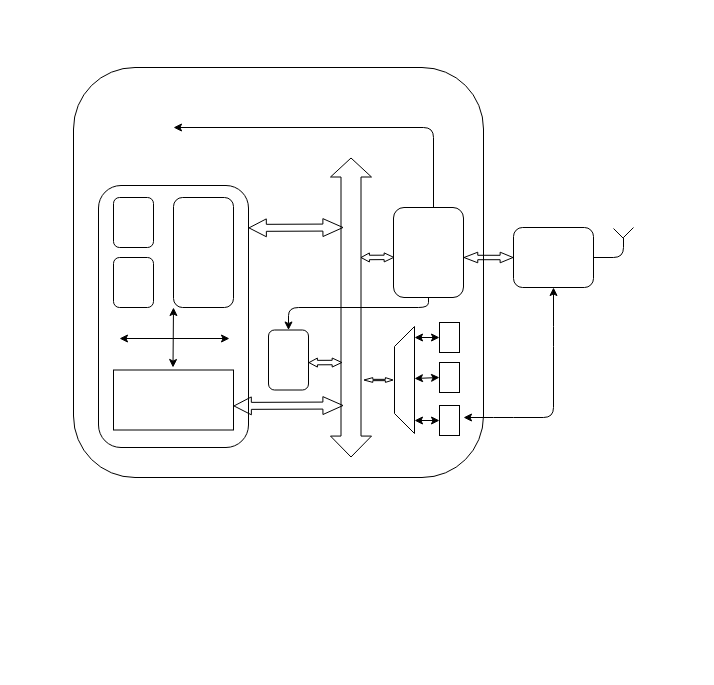
This is Untitled Diagram.drawio from LuliangPro/simulator, a draw.io file, before an edit. Source tidied: cells renumbered, new cells numbered last; positions are measured from the earlier drawing's top-left corner, leaving out a move shared by most shapes. Both pictures are drawn from the tidied source at 100%, with x=0, y=0 at pixel (73, 67).
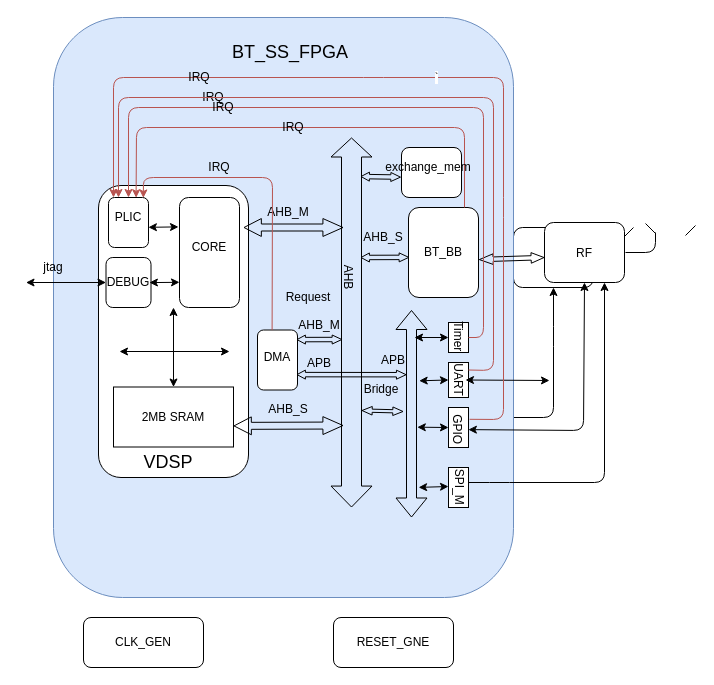
The same diagram, later.

Diff of the diagram source:
```diff
@@
+    <mxCell id="33" style="rounded=1;whiteSpace=wrap;html=1;fillColor=#dae8fc;strokeColor=#6c8ebf;" parent="1" vertex="1">
+      <mxGeometry x="-20" y="-50" width="460" height="580" as="geometry" />
+    </mxCell>
+    <mxCell id="34" style="rounded=1;whiteSpace=wrap;html=1;" parent="1" vertex="1">
+      <mxGeometry x="335" y="140" width="70" height="90" as="geometry" />
+    </mxCell>
+    <mxCell id="35" style="rounded=1;whiteSpace=wrap;html=1;" parent="1" vertex="1">
+      <mxGeometry x="471" y="155" width="80" height="60" as="geometry" />
+    </mxCell>
+    <mxCell id="36" style="rounded=1;whiteSpace=wrap;html=1;" parent="1" vertex="1">
+      <mxGeometry x="25" y="118" width="150" height="292" as="geometry" />
+    </mxCell>
+    <mxCell id="37" style="shape=flexArrow;endArrow=classic;startArrow=classic;html=1;width=20;startSize=6.644186046511628;" parent="1" edge="1">
+      <mxGeometry relative="1" as="geometry">
+        <mxPoint x="278" y="440" as="sourcePoint" />
+        <mxPoint x="278" y="70" as="targetPoint" />
+      </mxGeometry>
+    </mxCell>
+    <mxCell id="38" style="shape=flexArrow;endArrow=classic;startArrow=classic;html=1;entryX=0;entryY=0.5;entryDx=0;entryDy=0;startWidth=5.177244268276204;startSize=4.2523489932885905;endWidth=5.177244268276204;endSize=3.9570469798657717;width=4.429530201342282;exitX=1.005;exitY=0.579;exitDx=0;exitDy=0;exitPerimeter=0;" parent="1" edge="1" source="34">
+      <mxGeometry relative="1" as="geometry">
+        <mxPoint x="471" y="190" as="targetPoint" />
+      </mxGeometry>
+    </mxCell>
+    <mxCell id="39" style="endArrow=classic;startArrow=classic;html=1;entryX=0.75;entryY=1;entryDx=0;entryDy=0;" parent="1" edge="1" target="35">
+      <mxGeometry relative="1" as="geometry">
+        <mxPoint x="386" y="415" as="sourcePoint" />
+        <Array as="points">
+          <mxPoint x="426" y="415" />
+          <mxPoint x="531" y="415" />
+        </Array>
+      </mxGeometry>
+    </mxCell>
+    <mxCell id="40" style="endArrow=classic;startArrow=classic;html=1;entryX=0;entryY=0.5;entryDx=0;entryDy=0;" parent="1" edge="1" target="46">
+      <mxGeometry relative="1" as="geometry">
+        <mxPoint x="341" y="270" as="sourcePoint" />
+      </mxGeometry>
+    </mxCell>
+    <mxCell id="41" style="endArrow=classic;startArrow=classic;html=1;entryX=0;entryY=0.5;entryDx=0;entryDy=0;exitX=0.689;exitY=1.033;exitDx=0;exitDy=0;exitPerimeter=0;" parent="1" edge="1" target="47">
+      <mxGeometry relative="1" as="geometry">
+        <mxPoint x="345.7" y="313.3" as="sourcePoint" />
+      </mxGeometry>
+    </mxCell>
+    <mxCell id="42" style="endArrow=none;html=1;" parent="1" edge="1">
+      <mxGeometry relative="1" as="geometry">
+        <mxPoint x="552" y="185" as="sourcePoint" />
+        <mxPoint x="582" y="165" as="targetPoint" />
+        <Array as="points">
+          <mxPoint x="582" y="185" />
+        </Array>
+      </mxGeometry>
+    </mxCell>
+    <mxCell id="43" style="endArrow=none;html=1;" parent="1" edge="1">
+      <mxGeometry relative="1" as="geometry">
+        <mxPoint x="612" y="168" as="sourcePoint" />
+        <mxPoint x="622" y="158" as="targetPoint" />
+      </mxGeometry>
+    </mxCell>
+    <mxCell id="44" style="endArrow=none;html=1;" parent="1" edge="1">
+      <mxGeometry relative="1" as="geometry">
+        <mxPoint x="582" y="166" as="sourcePoint" />
+        <mxPoint x="572" y="156" as="targetPoint" />
+      </mxGeometry>
+    </mxCell>
+    <mxCell id="45" style="endArrow=classic;startArrow=classic;html=1;entryX=0;entryY=0.5;entryDx=0;entryDy=0;exitX=0.072;exitY=1.003;exitDx=0;exitDy=0;exitPerimeter=0;" parent="1" edge="1">
+      <mxGeometry relative="1" as="geometry">
+        <mxPoint x="345.1" y="419.9" as="sourcePoint" />
+        <mxPoint x="375" y="419" as="targetPoint" />
+        <Array as="points">
+          <mxPoint x="345" y="419" />
+        </Array>
+      </mxGeometry>
+    </mxCell>
+    <mxCell id="46" style="rounded=0;whiteSpace=wrap;html=1;" parent="1" vertex="1">
+      <mxGeometry x="375" y="255" width="20" height="30" as="geometry" />
+    </mxCell>
+    <mxCell id="47" style="rounded=0;whiteSpace=wrap;html=1;" parent="1" vertex="1">
+      <mxGeometry x="375" y="295" width="20" height="35" as="geometry" />
+    </mxCell>
+    <mxCell id="48" style="rounded=0;whiteSpace=wrap;html=1;" parent="1" vertex="1">
+      <mxGeometry x="375" y="400" width="20" height="40" as="geometry" />
+    </mxCell>
+    <mxCell id="49" style="rounded=1;whiteSpace=wrap;html=1;" parent="1" vertex="1">
+      <mxGeometry x="184" y="262.5" width="40" height="60" as="geometry" />
+    </mxCell>
+    <mxCell id="50" style="rounded=0;whiteSpace=wrap;html=1;" parent="1" vertex="1">
+      <mxGeometry x="40" y="319.5" width="120" height="60" as="geometry" />
+    </mxCell>
+    <mxCell id="51" style="shape=flexArrow;endArrow=classic;startArrow=classic;html=1;exitX=1;exitY=0.599;exitDx=0;exitDy=0;exitPerimeter=0;startWidth=9.902912621359222;startSize=5.448543689320387;width=6.990291262135922;endWidth=9.902912621359222;endSize=6.363333333333333;" parent="1" edge="1">
+      <mxGeometry relative="1" as="geometry">
+        <mxPoint x="160" y="358.4" as="sourcePoint" />
+        <mxPoint x="270" y="358" as="targetPoint" />
+      </mxGeometry>
+    </mxCell>
+    <mxCell id="52" style="shape=flexArrow;endArrow=classic;startArrow=classic;html=1;startWidth=3.5782556750298684;startSize=2.466666666666667;width=4.444444444444445;endWidth=3.5782556750298684;endSize=2.8747311827956987;entryX=0.011;entryY=0.554;entryDx=0;entryDy=0;entryPerimeter=0;" parent="1" edge="1" target="34">
+      <mxGeometry relative="1" as="geometry">
+        <mxPoint x="287" y="190" as="sourcePoint" />
+      </mxGeometry>
+    </mxCell>
+    <mxCell id="53" style="shape=flexArrow;endArrow=classic;startArrow=classic;html=1;startWidth=9.902912621359222;startSize=5.448543689320387;width=6.990291262135922;endWidth=9.902912621359222;endSize=6.363333333333333;" parent="1" edge="1">
+      <mxGeometry relative="1" as="geometry">
+        <mxPoint x="170" y="160" as="sourcePoint" />
+        <mxPoint x="270" y="160" as="targetPoint" />
+      </mxGeometry>
+    </mxCell>
+    <mxCell id="54" style="endArrow=classic;html=1;entryX=0.69;entryY=0.005;entryDx=0;entryDy=0;fillColor=#f8cecc;strokeColor=#b85450;entryPerimeter=0;" parent="1" edge="1" target="58">
+      <mxGeometry relative="1" as="geometry">
+        <mxPoint x="391" y="140" as="sourcePoint" />
+        <Array as="points">
+          <mxPoint x="391" y="60" />
+          <mxPoint x="63" y="60" />
+        </Array>
+      </mxGeometry>
+    </mxCell>
+    <mxCell id="55" style="shape=flexArrow;endArrow=classic;startArrow=classic;html=1;startWidth=3.5782556750298684;startSize=2.466666666666667;width=4.444444444444445;endWidth=3.5782556750298684;endSize=2.8747311827956987;entryX=0.011;entryY=0.554;entryDx=0;entryDy=0;entryPerimeter=0;exitX=0.975;exitY=0.544;exitDx=0;exitDy=0;exitPerimeter=0;" parent="1" edge="1">
+      <mxGeometry relative="1" as="geometry">
+        <mxPoint x="223" y="272.1" as="sourcePoint" />
+        <mxPoint x="268.8" y="272" as="targetPoint" />
+      </mxGeometry>
+    </mxCell>
+    <mxCell id="56" style="endArrow=classic;startArrow=classic;html=1;" parent="1" edge="1">
+      <mxGeometry relative="1" as="geometry">
+        <mxPoint x="46" y="284" as="sourcePoint" />
+        <mxPoint x="156" y="284" as="targetPoint" />
+      </mxGeometry>
+    </mxCell>
+    <mxCell id="57" style="endArrow=classic;startArrow=classic;html=1;exitX=0.5;exitY=0;exitDx=0;exitDy=0;" parent="1" edge="1" source="50">
+      <mxGeometry relative="1" as="geometry">
+        <mxPoint x="100" y="240" as="targetPoint" />
+      </mxGeometry>
+    </mxCell>
+    <mxCell id="58" style="rounded=1;whiteSpace=wrap;html=1;" parent="1" vertex="1">
+      <mxGeometry x="35" y="130" width="40" height="50" as="geometry" />
+    </mxCell>
+    <mxCell id="59" style="rounded=1;whiteSpace=wrap;html=1;" parent="1" vertex="1">
+      <mxGeometry x="32.5" y="190" width="45" height="50" as="geometry" />
+    </mxCell>
+    <mxCell id="60" style="rounded=1;whiteSpace=wrap;html=1;" parent="1" vertex="1">
+      <mxGeometry x="106" y="130" width="60" height="110" as="geometry" />
+    </mxCell>
+    <mxCell id="61" style="endArrow=classic;startArrow=classic;html=1;" parent="1" edge="1">
+      <mxGeometry relative="1" as="geometry">
+        <mxPoint x="-47.5" y="215" as="sourcePoint" />
+        <mxPoint x="32.5" y="215" as="targetPoint" />
+      </mxGeometry>
+    </mxCell>
+    <mxCell id="62" style="endArrow=classic;html=1;exitX=1;exitY=0.5;exitDx=0;exitDy=0;entryX=0.5;entryY=0;entryDx=0;entryDy=0;fillColor=#f8cecc;strokeColor=#b85450;" parent="1" edge="1" source="46" target="58">
+      <mxGeometry relative="1" as="geometry">
+        <Array as="points">
+          <mxPoint x="410" y="270" />
+          <mxPoint x="410" y="40" />
+          <mxPoint x="55" y="40" />
+        </Array>
+      </mxGeometry>
+    </mxCell>
+    <mxCell id="63" style="endArrow=classic;startArrow=classic;html=1;" parent="1" edge="1">
+      <mxGeometry relative="1" as="geometry">
+        <mxPoint x="392" y="312.5" as="sourcePoint" />
+        <mxPoint x="476" y="313" as="targetPoint" />
+      </mxGeometry>
+    </mxCell>
+    <mxCell id="64" style="endArrow=classic;startArrow=classic;html=1;entryX=-0.033;entryY=0.813;entryDx=0;entryDy=0;entryPerimeter=0;exitX=0.972;exitY=0.595;exitDx=0;exitDy=0;exitPerimeter=0;" parent="1" edge="1">
+      <mxGeometry relative="1" as="geometry">
+        <mxPoint x="75.9" y="215.1" as="sourcePoint" />
+        <mxPoint x="106" y="214.8" as="targetPoint" />
+      </mxGeometry>
+    </mxCell>
+    <mxCell id="65" style="endArrow=classic;startArrow=classic;html=1;entryX=0;entryY=0.5;entryDx=0;entryDy=0;exitX=0.423;exitY=0.938;exitDx=0;exitDy=0;exitPerimeter=0;" parent="1" edge="1" target="66">
+      <mxGeometry relative="1" as="geometry">
+        <mxPoint x="343.8" y="359.7" as="sourcePoint" />
+      </mxGeometry>
+    </mxCell>
+    <mxCell id="66" style="rounded=0;whiteSpace=wrap;html=1;" parent="1" vertex="1">
+      <mxGeometry x="375" y="340" width="20" height="40" as="geometry" />
+    </mxCell>
+    <mxCell id="67" style="endArrow=classic;startArrow=classic;html=1;entryX=0.5;entryY=1;entryDx=0;entryDy=0;exitX=0.994;exitY=0.553;exitDx=0;exitDy=0;exitPerimeter=0;" parent="1" edge="1" source="66" target="35">
+      <mxGeometry relative="1" as="geometry">
+        <Array as="points">
+          <mxPoint x="510" y="363" />
+        </Array>
+      </mxGeometry>
+    </mxCell>
+    <mxCell id="68" value="`" style="endArrow=classic;html=1;fillColor=#f8cecc;strokeColor=#b85450;exitX=1.055;exitY=0.295;exitDx=0;exitDy=0;exitPerimeter=0;" parent="1" edge="1" source="66">
+      <mxGeometry relative="1" as="geometry">
+        <mxPoint x="40" y="130" as="targetPoint" />
+        <Array as="points">
+          <mxPoint x="430" y="352" />
+          <mxPoint x="430" y="140" />
+          <mxPoint x="430" y="10" />
+          <mxPoint x="300" y="10" />
+          <mxPoint x="40" y="10" />
+        </Array>
+      </mxGeometry>
+    </mxCell>
+    <mxCell id="69" style="endArrow=classic;startArrow=classic;html=1;entryX=-0.033;entryY=0.813;entryDx=0;entryDy=0;entryPerimeter=0;exitX=0.972;exitY=0.595;exitDx=0;exitDy=0;exitPerimeter=0;" parent="1" edge="1">
+      <mxGeometry relative="1" as="geometry">
+        <mxPoint x="74.9" y="159.8" as="sourcePoint" />
+        <mxPoint x="105" y="159.4" as="targetPoint" />
+      </mxGeometry>
+    </mxCell>
+    <mxCell id="70" value="&lt;font style=&quot;font-size: 18px&quot;&gt;VDSP&lt;/font&gt;" style="text;html=1;strokeColor=none;fillColor=none;align=center;verticalAlign=middle;whiteSpace=wrap;rounded=0;" parent="1" vertex="1">
+      <mxGeometry x="50" y="375" width="90" height="40" as="geometry" />
+    </mxCell>
+    <mxCell id="71" value="2MB SRAM" style="text;html=1;strokeColor=none;fillColor=none;align=center;verticalAlign=middle;whiteSpace=wrap;rounded=0;" parent="1" vertex="1">
+      <mxGeometry x="55" y="338.5" width="90" height="23.8" as="geometry" />
+    </mxCell>
+    <mxCell id="72" value="PLIC" style="text;html=1;strokeColor=none;fillColor=none;align=center;verticalAlign=middle;whiteSpace=wrap;rounded=0;" parent="1" vertex="1">
+      <mxGeometry x="35" y="140" width="40" height="20" as="geometry" />
+    </mxCell>
+    <mxCell id="73" value="DEBUG" style="text;html=1;strokeColor=none;fillColor=none;align=center;verticalAlign=middle;whiteSpace=wrap;rounded=0;" parent="1" vertex="1">
+      <mxGeometry x="35" y="205" width="40" height="20" as="geometry" />
+    </mxCell>
+    <mxCell id="74" value="jtag" style="text;html=1;strokeColor=none;fillColor=none;align=center;verticalAlign=middle;whiteSpace=wrap;rounded=0;" parent="1" vertex="1">
+      <mxGeometry x="-40" y="190" width="40" height="20" as="geometry" />
+    </mxCell>
+    <mxCell id="75" value="CORE" style="text;html=1;strokeColor=none;fillColor=none;align=center;verticalAlign=middle;whiteSpace=wrap;rounded=0;" parent="1" vertex="1">
+      <mxGeometry x="116" y="170" width="40" height="20" as="geometry" />
+    </mxCell>
+    <mxCell id="76" value="AHB_M" style="text;html=1;strokeColor=none;fillColor=none;align=center;verticalAlign=middle;whiteSpace=wrap;rounded=0;" parent="1" vertex="1">
+      <mxGeometry x="195" y="135" width="40" height="20" as="geometry" />
+    </mxCell>
+    <mxCell id="77" value="AHB_M" style="text;html=1;strokeColor=none;fillColor=none;align=center;verticalAlign=middle;whiteSpace=wrap;rounded=0;" parent="1" vertex="1">
+      <mxGeometry x="226" y="248" width="40" height="20" as="geometry" />
+    </mxCell>
+    <mxCell id="78" value="AHB_S" style="text;html=1;strokeColor=none;fillColor=none;align=center;verticalAlign=middle;whiteSpace=wrap;rounded=0;" parent="1" vertex="1">
+      <mxGeometry x="195" y="332" width="40" height="20" as="geometry" />
+    </mxCell>
+    <mxCell id="79" value="&lt;font style=&quot;font-size: 18px&quot;&gt;BT_SS_FPGA&lt;/font&gt;" style="text;html=1;strokeColor=none;fillColor=none;align=center;verticalAlign=middle;whiteSpace=wrap;rounded=0;" parent="1" vertex="1">
+      <mxGeometry x="184" y="-30" width="66" height="30" as="geometry" />
+    </mxCell>
+    <mxCell id="80" value="AHB_S" style="text;html=1;strokeColor=none;fillColor=none;align=center;verticalAlign=middle;whiteSpace=wrap;rounded=0;" parent="1" vertex="1">
+      <mxGeometry x="290" y="160" width="40" height="20" as="geometry" />
+    </mxCell>
+    <mxCell id="81" value="BT_BB" style="text;html=1;strokeColor=none;fillColor=none;align=center;verticalAlign=middle;whiteSpace=wrap;rounded=0;" parent="1" vertex="1">
+      <mxGeometry x="350" y="175" width="40" height="20" as="geometry" />
+    </mxCell>
+    <mxCell id="82" style="shape=flexArrow;endArrow=classic;startArrow=classic;html=1;startWidth=4.392449009113264;startSize=3.0602150537634407;endWidth=4.392449009113264;endSize=3.0602150537634407;width=3.172043010752688;" parent="1" edge="1">
+      <mxGeometry relative="1" as="geometry">
+        <mxPoint x="288" y="343" as="sourcePoint" />
+        <mxPoint x="330" y="344" as="targetPoint" />
+      </mxGeometry>
+    </mxCell>
+    <mxCell id="83" value="DMA" style="text;html=1;strokeColor=none;fillColor=none;align=center;verticalAlign=middle;whiteSpace=wrap;rounded=0;" parent="1" vertex="1">
+      <mxGeometry x="184" y="280" width="40" height="20" as="geometry" />
+    </mxCell>
+    <mxCell id="84" value="Bridge" style="text;html=1;strokeColor=none;fillColor=none;align=center;verticalAlign=middle;whiteSpace=wrap;rounded=0;" parent="1" vertex="1">
+      <mxGeometry x="288" y="312" width="40" height="20" as="geometry" />
+    </mxCell>
+    <mxCell id="85" value="Timer" style="text;html=1;strokeColor=none;fillColor=none;align=center;verticalAlign=middle;whiteSpace=wrap;rounded=0;rotation=90;" parent="1" vertex="1">
+      <mxGeometry x="363.8" y="258.8" width="42.5" height="20" as="geometry" />
+    </mxCell>
+    <mxCell id="86" value="UART" style="text;html=1;strokeColor=none;fillColor=none;align=center;verticalAlign=middle;whiteSpace=wrap;rounded=0;rotation=90;" parent="1" vertex="1">
+      <mxGeometry x="365" y="302.5" width="40" height="20" as="geometry" />
+    </mxCell>
+    <mxCell id="87" value="SPI_M" style="text;html=1;strokeColor=none;fillColor=none;align=center;verticalAlign=middle;whiteSpace=wrap;rounded=0;rotation=90;" parent="1" vertex="1">
+      <mxGeometry x="366.2" y="410" width="40" height="20" as="geometry" />
+    </mxCell>
+    <mxCell id="88" value="GPIO" style="text;html=1;strokeColor=none;fillColor=none;align=center;verticalAlign=middle;whiteSpace=wrap;rounded=0;rotation=90;" parent="1" vertex="1">
+      <mxGeometry x="363.8" y="352" width="40" height="20" as="geometry" />
+    </mxCell>
+    <mxCell id="89" value="RF" style="text;html=1;strokeColor=none;fillColor=none;align=center;verticalAlign=middle;whiteSpace=wrap;rounded=0;" parent="1" vertex="1">
+      <mxGeometry x="491" y="176" width="40" height="20" as="geometry" />
+    </mxCell>
+    <mxCell id="90" value="Request" style="text;html=1;strokeColor=none;fillColor=none;align=center;verticalAlign=middle;whiteSpace=wrap;rounded=0;" parent="1" vertex="1">
+      <mxGeometry x="215" y="220" width="40" height="20" as="geometry" />
+    </mxCell>
+    <mxCell id="91" value="IRQ" style="text;html=1;strokeColor=none;fillColor=none;align=center;verticalAlign=middle;whiteSpace=wrap;rounded=0;" parent="1" vertex="1">
+      <mxGeometry x="120" y="20" width="40" height="20" as="geometry" />
+    </mxCell>
+    <mxCell id="92" value="IRQ" style="text;html=1;strokeColor=none;fillColor=none;align=center;verticalAlign=middle;whiteSpace=wrap;rounded=0;" parent="1" vertex="1">
+      <mxGeometry x="106" width="40" height="20" as="geometry" />
+    </mxCell>
+    <mxCell id="93" value="IRQ" style="text;html=1;strokeColor=none;fillColor=none;align=center;verticalAlign=middle;whiteSpace=wrap;rounded=0;" parent="1" vertex="1">
+      <mxGeometry x="200" y="50" width="40" height="20" as="geometry" />
+    </mxCell>
+    <mxCell id="94" value="AHB" style="text;html=1;strokeColor=none;fillColor=none;align=center;verticalAlign=middle;whiteSpace=wrap;rounded=0;rotation=90;" parent="1" vertex="1">
+      <mxGeometry x="255" y="200" width="40" height="20" as="geometry" />
+    </mxCell>
+    <mxCell id="95" value="CLK_GEN" style="rounded=1;whiteSpace=wrap;html=1;" parent="1" vertex="1">
+      <mxGeometry x="10" y="550" width="120" height="50" as="geometry" />
+    </mxCell>
+    <mxCell id="96" value="RESET_GNE" style="rounded=1;whiteSpace=wrap;html=1;" parent="1" vertex="1">
+      <mxGeometry x="260" y="550" width="120" height="50" as="geometry" />
+    </mxCell>
+    <mxCell id="97" style="endArrow=classic;html=1;exitX=0.365;exitY=0.002;exitDx=0;exitDy=0;exitPerimeter=0;entryX=0.871;entryY=0.009;entryDx=0;entryDy=0;entryPerimeter=0;fillColor=#f8cecc;strokeColor=#b85450;" parent="1" edge="1" source="49" target="58">
+      <mxGeometry relative="1" as="geometry">
+        <Array as="points">
+          <mxPoint x="199" y="110" />
+          <mxPoint x="70" y="110" />
+        </Array>
+      </mxGeometry>
+    </mxCell>
+    <mxCell id="98" value="IRQ" style="text;html=1;strokeColor=none;fillColor=none;align=center;verticalAlign=middle;whiteSpace=wrap;rounded=0;" parent="1" vertex="1">
+      <mxGeometry x="126" y="90" width="40" height="20" as="geometry" />
+    </mxCell>
+    <mxCell id="99" value="APB" style="text;html=1;strokeColor=none;fillColor=none;align=center;verticalAlign=middle;whiteSpace=wrap;rounded=0;" parent="1" vertex="1">
+      <mxGeometry x="226" y="286" width="40" height="20" as="geometry" />
+    </mxCell>
+    <mxCell id="100" style="shape=flexArrow;endArrow=classic;startArrow=classic;html=1;startWidth=3.5782556750298684;startSize=2.466666666666667;width=4.444444444444445;endWidth=3.5782556750298684;endSize=2.8747311827956987;entryX=1.127;entryY=-0.24;entryDx=0;entryDy=0;entryPerimeter=0;exitX=0.975;exitY=0.544;exitDx=0;exitDy=0;exitPerimeter=0;" parent="1" edge="1" target="84">
+      <mxGeometry relative="1" as="geometry">
+        <mxPoint x="223" y="307.1" as="sourcePoint" />
+      </mxGeometry>
+    </mxCell>
+    <mxCell id="101" style="endArrow=classic;html=1;entryX=0.25;entryY=0;entryDx=0;entryDy=0;fillColor=#f8cecc;strokeColor=#b85450;" parent="1" edge="1" target="58">
+      <mxGeometry relative="1" as="geometry">
+        <mxPoint x="395" y="302.5" as="sourcePoint" />
+        <Array as="points">
+          <mxPoint x="420" y="303" />
+          <mxPoint x="420" y="30" />
+          <mxPoint x="45" y="30" />
+        </Array>
+      </mxGeometry>
+    </mxCell>
+    <mxCell id="102" value="IRQ" style="text;html=1;strokeColor=none;fillColor=none;align=center;verticalAlign=middle;whiteSpace=wrap;rounded=0;" parent="1" vertex="1">
+      <mxGeometry x="130" y="30" width="40" height="20" as="geometry" />
+    </mxCell>
+    <mxCell id="103" style="shape=flexArrow;endArrow=classic;startArrow=classic;html=1;" parent="1" edge="1">
+      <mxGeometry relative="1" as="geometry">
+        <mxPoint x="338" y="450" as="sourcePoint" />
+        <mxPoint x="338" y="242.5" as="targetPoint" />
+      </mxGeometry>
+    </mxCell>
+    <mxCell id="104" value="APB" style="text;html=1;strokeColor=none;fillColor=none;align=center;verticalAlign=middle;whiteSpace=wrap;rounded=0;" parent="1" vertex="1">
+      <mxGeometry x="300" y="282.5" width="40" height="20" as="geometry" />
+    </mxCell>
+    <mxCell id="105" style="rounded=1;whiteSpace=wrap;html=1;" parent="1" vertex="1">
+      <mxGeometry x="328" y="80" width="60" height="50" as="geometry" />
+    </mxCell>
+    <mxCell id="106" style="shape=flexArrow;endArrow=classic;startArrow=classic;html=1;startWidth=3.5782556750298684;startSize=2.466666666666667;width=4.444444444444445;endWidth=3.5782556750298684;endSize=2.8747311827956987;entryX=-0.009;entryY=0.593;entryDx=0;entryDy=0;entryPerimeter=0;" parent="1" edge="1" target="105">
+      <mxGeometry relative="1" as="geometry">
+        <mxPoint x="287" y="109" as="sourcePoint" />
+      </mxGeometry>
+    </mxCell>
+    <mxCell id="107" value="exchange_mem" style="text;html=1;strokeColor=none;fillColor=none;align=center;verticalAlign=middle;whiteSpace=wrap;rounded=0;" parent="1" vertex="1">
+      <mxGeometry x="330" y="90" width="50" height="20" as="geometry" />
+    </mxCell>
```
